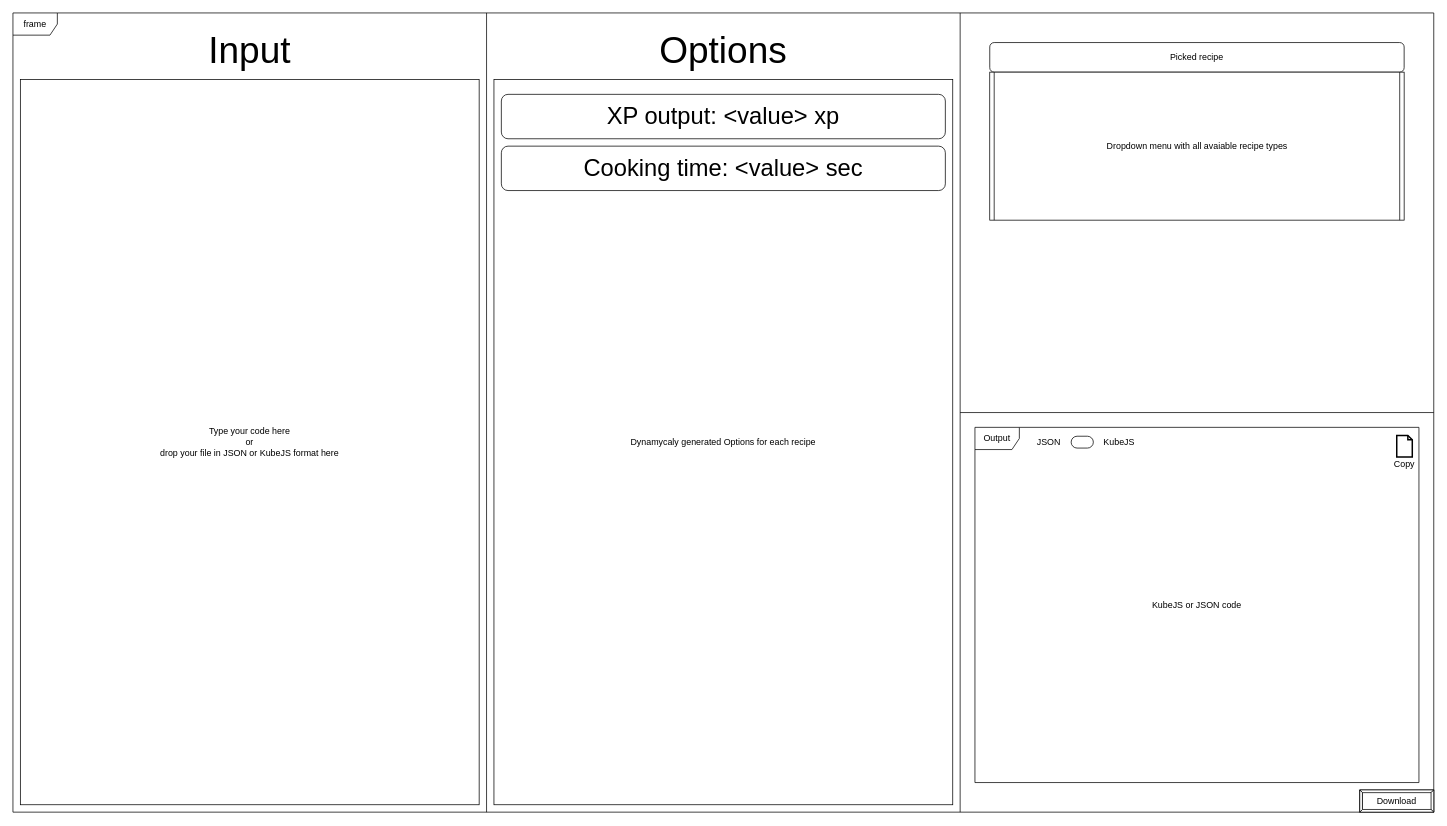
Before: page "Web layout" (4 of 4) of Diagram.drawio in WeeeBuch/KubeCrafter, a draw.io diagram. Source tidied: cells renumbered, new cells numbered last; positions are measured from the earlier drawing's top-left corner, leaving out a move shared by most shapes. Both pictures are drawn from the tidied source at 74%, with x=0, y=0 at pixel (13, 13).
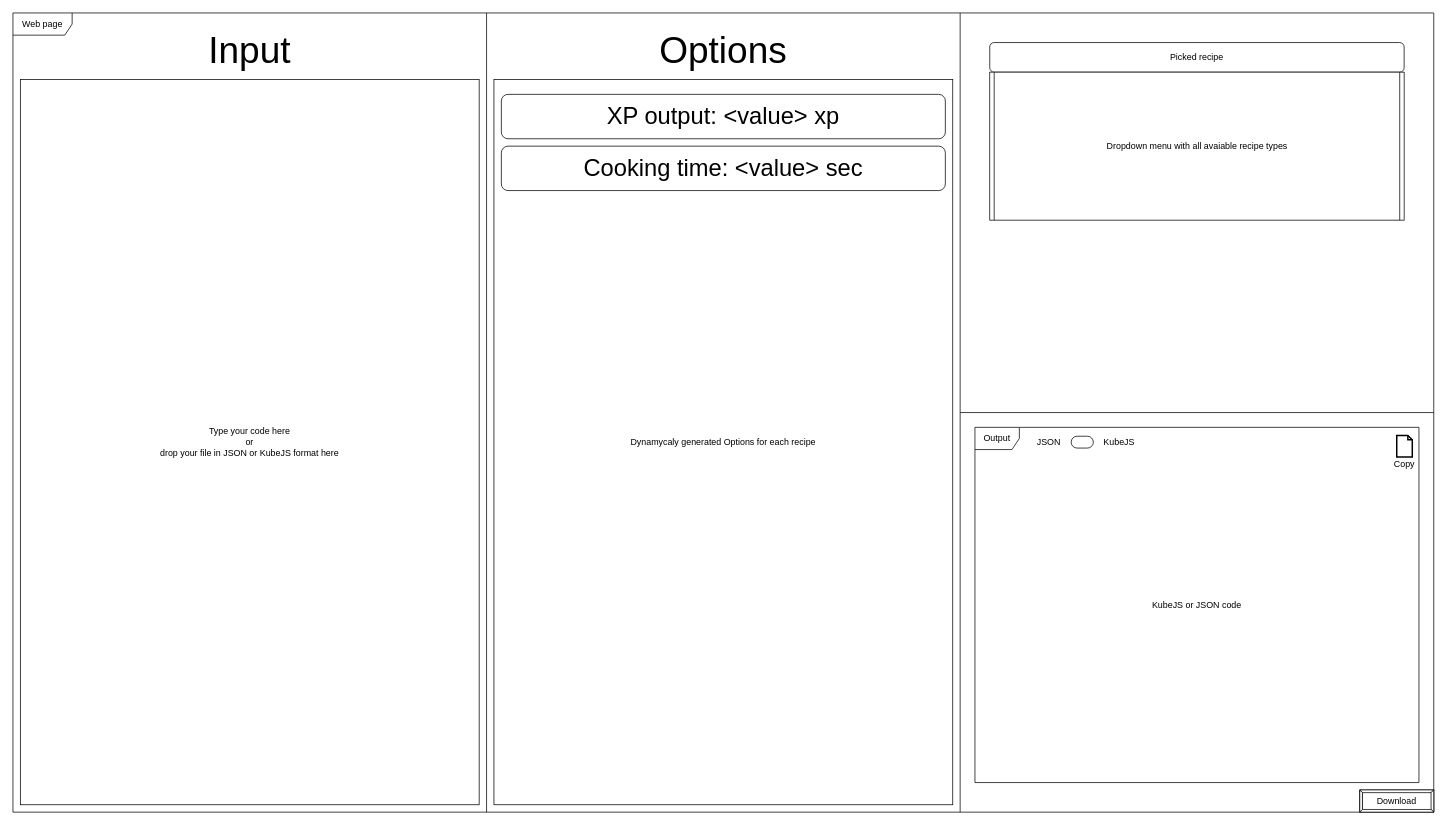
The same diagram, later.

Commit message:
Updates web layout diagram

Refines the web layout diagram.

Changes include adjusting element positions and labels
for clarity and improved representation of the user
interface components and their interactions.

Diff of the diagram source:
```diff
@@
-    <mxCell id="2" value="frame" style="shape=umlFrame;whiteSpace=wrap;html=1;height=30;" parent="1" vertex="1">
+    <mxCell id="2" value="Web page" style="shape=umlFrame;whiteSpace=wrap;html=1;height=30;width=80;" parent="1" vertex="1">
       <mxGeometry width="1920" height="1080" as="geometry" />
     </mxCell>
```
